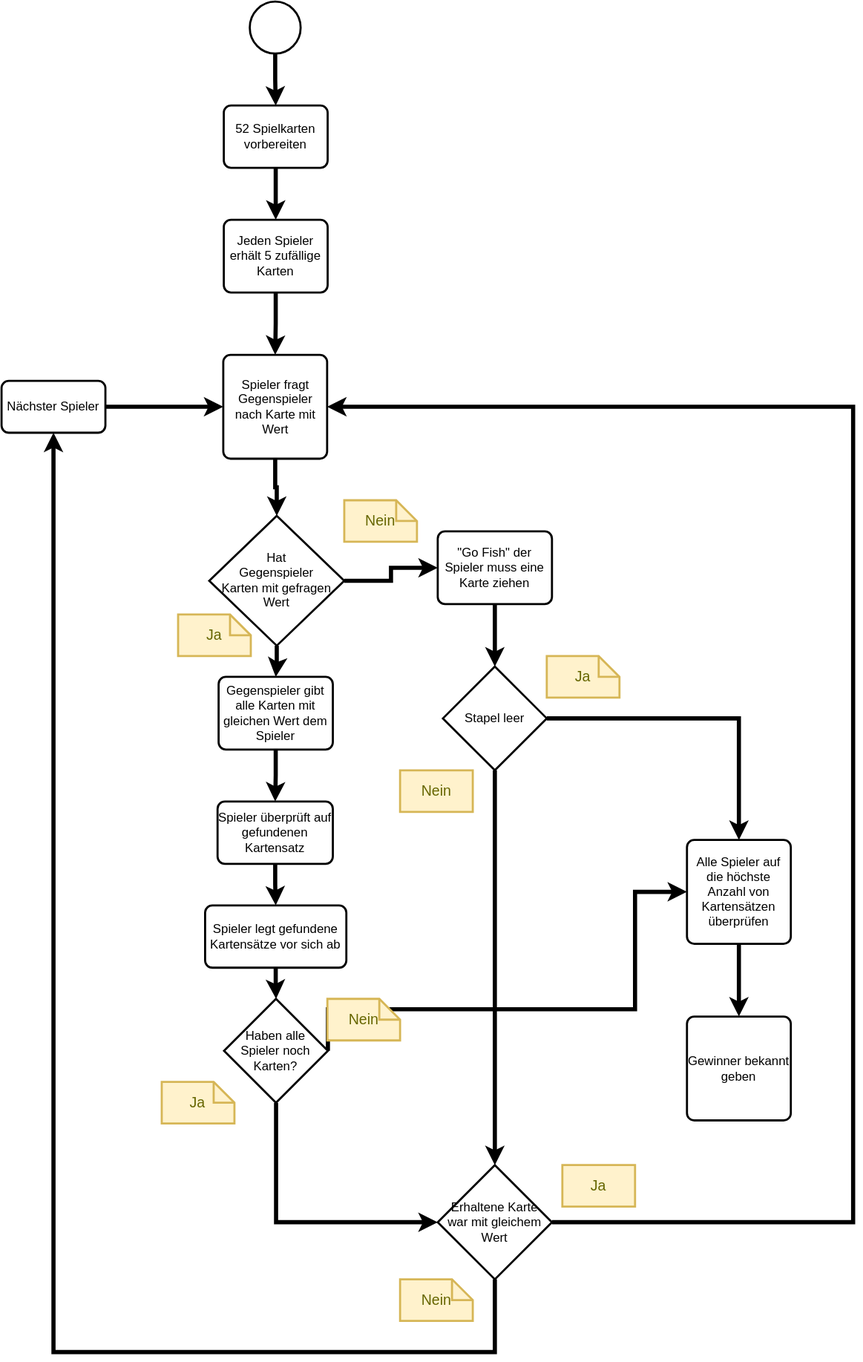
GregorBiswanger/go-fish-core keeps this draw.io diagram as documentation/spielablauf.drawio.svg. Above is the earlier version. Source tidied: cells renumbered, new cells last; positions are measured from the earlier drawing's top-left corner, leaving out a move shared by most shapes. Source of this version:
```xml
<mxGraphModel>
  <root>
    <mxCell id="0" />
    <mxCell id="1" parent="0" />
    <mxCell id="2" style="edgeStyle=orthogonalEdgeStyle;rounded=0;jettySize=auto;html=1;strokeWidth=4;" parent="1" edge="1" source="3" target="5">
      <mxGeometry relative="1" as="geometry" />
    </mxCell>
    <mxCell id="3" style="strokeWidth=2;html=1;shape=mxgraph.flowchart.start_2;whiteSpace=wrap;" parent="1" vertex="1">
      <mxGeometry x="239" width="49" height="50" as="geometry" />
    </mxCell>
    <mxCell id="4" style="edgeStyle=orthogonalEdgeStyle;rounded=0;jettySize=auto;html=1;strokeWidth=4;" parent="1" edge="1" source="5" target="7">
      <mxGeometry relative="1" as="geometry" />
    </mxCell>
    <mxCell id="5" value="52 Spielkarten vorbereiten" style="rounded=1;whiteSpace=wrap;html=1;absoluteArcSize=1;arcSize=14;strokeWidth=2;" parent="1" vertex="1">
      <mxGeometry x="214" y="100" width="100" height="60" as="geometry" />
    </mxCell>
    <mxCell id="6" style="edgeStyle=orthogonalEdgeStyle;rounded=0;jettySize=auto;html=1;strokeWidth=4;" parent="1" edge="1" source="7" target="9">
      <mxGeometry relative="1" as="geometry" />
    </mxCell>
    <mxCell id="7" value="Jeden Spieler erhält 5 zufällige Karten" style="rounded=1;whiteSpace=wrap;html=1;absoluteArcSize=1;arcSize=14;strokeWidth=2;" parent="1" vertex="1">
      <mxGeometry x="214" y="210" width="100" height="70" as="geometry" />
    </mxCell>
    <mxCell id="8" style="edgeStyle=orthogonalEdgeStyle;rounded=0;jettySize=auto;html=1;strokeWidth=4;" parent="1" edge="1" source="9" target="12">
      <mxGeometry relative="1" as="geometry" />
    </mxCell>
    <mxCell id="9" value="Spieler fragt Gegenspieler nach Karte mit Wert" style="rounded=1;whiteSpace=wrap;html=1;absoluteArcSize=1;arcSize=14;strokeWidth=2;" parent="1" vertex="1">
      <mxGeometry x="213.5" y="340" width="100" height="100" as="geometry" />
    </mxCell>
    <mxCell id="10" style="edgeStyle=orthogonalEdgeStyle;rounded=0;jettySize=auto;html=1;strokeWidth=4;" parent="1" edge="1" source="12" target="14">
      <mxGeometry relative="1" as="geometry" />
    </mxCell>
    <mxCell id="11" style="edgeStyle=orthogonalEdgeStyle;rounded=0;jettySize=auto;html=1;strokeWidth=4;" parent="1" edge="1" source="12" target="20">
      <mxGeometry relative="1" as="geometry" />
    </mxCell>
    <mxCell id="12" value="Hat&lt;br&gt;Gegenspieler&lt;br&gt;Karten mit gefragen Wert&lt;br&gt;" style="strokeWidth=2;html=1;shape=mxgraph.flowchart.decision;whiteSpace=wrap;" parent="1" vertex="1">
      <mxGeometry x="200" y="495" width="130" height="125" as="geometry" />
    </mxCell>
    <mxCell id="13" style="edgeStyle=orthogonalEdgeStyle;rounded=0;jettySize=auto;html=1;strokeWidth=4;" parent="1" edge="1" source="14" target="16">
      <mxGeometry relative="1" as="geometry" />
    </mxCell>
    <mxCell id="14" value="Gegenspieler gibt alle Karten mit gleichen Wert dem Spieler" style="rounded=1;whiteSpace=wrap;html=1;absoluteArcSize=1;arcSize=14;strokeWidth=2;" parent="1" vertex="1">
      <mxGeometry x="209" y="650" width="110" height="70" as="geometry" />
    </mxCell>
    <mxCell id="15" style="edgeStyle=orthogonalEdgeStyle;rounded=0;jettySize=auto;html=1;strokeWidth=4;" parent="1" edge="1" source="16" target="42">
      <mxGeometry relative="1" as="geometry" />
    </mxCell>
    <mxCell id="16" value="Spieler überprüft auf gefundenen Kartensatz" style="rounded=1;whiteSpace=wrap;html=1;absoluteArcSize=1;arcSize=14;strokeWidth=2;" parent="1" vertex="1">
      <mxGeometry x="208" y="770" width="111" height="60" as="geometry" />
    </mxCell>
    <mxCell id="17" value="Nein" style="shape=note;strokeWidth=2;fontSize=14;size=20;whiteSpace=wrap;html=1;fillColor=#fff2cc;strokeColor=#d6b656;fontColor=#666600;" parent="1" vertex="1">
      <mxGeometry x="330" y="480" width="70" height="40" as="geometry" />
    </mxCell>
    <mxCell id="18" value="Ja" style="shape=note;strokeWidth=2;fontSize=14;size=20;whiteSpace=wrap;html=1;fillColor=#fff2cc;strokeColor=#d6b656;fontColor=#666600;" parent="1" vertex="1">
      <mxGeometry x="170" y="590" width="70" height="40" as="geometry" />
    </mxCell>
    <mxCell id="19" style="edgeStyle=orthogonalEdgeStyle;rounded=0;jettySize=auto;html=1;strokeWidth=4;" parent="1" edge="1" source="20" target="23">
      <mxGeometry relative="1" as="geometry" />
    </mxCell>
    <mxCell id="20" value="&quot;Go Fish&quot; der Spieler muss eine Karte ziehen" style="rounded=1;whiteSpace=wrap;html=1;absoluteArcSize=1;arcSize=14;strokeWidth=2;" parent="1" vertex="1">
      <mxGeometry x="420" y="510" width="110" height="70" as="geometry" />
    </mxCell>
    <mxCell id="21" style="edgeStyle=orthogonalEdgeStyle;rounded=0;jettySize=auto;html=1;strokeWidth=4;" parent="1" edge="1" source="23" target="25">
      <mxGeometry relative="1" as="geometry" />
    </mxCell>
    <mxCell id="22" style="edgeStyle=orthogonalEdgeStyle;rounded=0;jettySize=auto;html=1;entryX=0.5;entryY=0;entryDx=0;entryDy=0;entryPerimeter=0;strokeWidth=4;" parent="1" edge="1" source="23" target="38">
      <mxGeometry relative="1" as="geometry">
        <Array as="points">
          <mxPoint x="475" y="1090" />
        </Array>
      </mxGeometry>
    </mxCell>
    <mxCell id="23" value="Stapel leer" style="strokeWidth=2;html=1;shape=mxgraph.flowchart.decision;whiteSpace=wrap;" parent="1" vertex="1">
      <mxGeometry x="425" y="640" width="100" height="100" as="geometry" />
    </mxCell>
    <mxCell id="24" style="edgeStyle=orthogonalEdgeStyle;rounded=0;jettySize=auto;html=1;strokeWidth=4;" parent="1" edge="1" source="25" target="26">
      <mxGeometry relative="1" as="geometry" />
    </mxCell>
    <mxCell id="25" value="Alle Spieler auf die höchste Anzahl von Kartensätzen überprüfen" style="rounded=1;whiteSpace=wrap;html=1;absoluteArcSize=1;arcSize=14;strokeWidth=2;" parent="1" vertex="1">
      <mxGeometry x="660" y="807" width="100" height="100" as="geometry" />
    </mxCell>
    <mxCell id="26" value="Gewinner bekannt geben" style="rounded=1;whiteSpace=wrap;html=1;absoluteArcSize=1;arcSize=14;strokeWidth=2;" parent="1" vertex="1">
      <mxGeometry x="660" y="977" width="100" height="100" as="geometry" />
    </mxCell>
    <mxCell id="27" value="Ja" style="shape=note;strokeWidth=2;fontSize=14;size=20;whiteSpace=wrap;html=1;fillColor=#fff2cc;strokeColor=#d6b656;fontColor=#666600;" parent="1" vertex="1">
      <mxGeometry x="525" y="630" width="70" height="40" as="geometry" />
    </mxCell>
    <mxCell id="28" style="edgeStyle=orthogonalEdgeStyle;rounded=0;jettySize=auto;html=1;strokeWidth=4;" parent="1" edge="1" source="29" target="9">
      <mxGeometry relative="1" as="geometry" />
    </mxCell>
    <mxCell id="29" value="Nächster Spieler" style="rounded=1;whiteSpace=wrap;html=1;absoluteArcSize=1;arcSize=14;strokeWidth=2;" parent="1" vertex="1">
      <mxGeometry y="365" width="100" height="50" as="geometry" />
    </mxCell>
    <mxCell id="30" style="edgeStyle=orthogonalEdgeStyle;rounded=0;jettySize=auto;html=1;strokeWidth=4;exitX=1;exitY=0.5;exitDx=0;exitDy=0;exitPerimeter=0;" parent="1" edge="1" source="32" target="25">
      <mxGeometry relative="1" as="geometry">
        <Array as="points">
          <mxPoint x="314" y="970" />
          <mxPoint x="610" y="970" />
          <mxPoint x="610" y="857" />
        </Array>
      </mxGeometry>
    </mxCell>
    <mxCell id="31" style="edgeStyle=orthogonalEdgeStyle;rounded=0;jettySize=auto;html=1;strokeWidth=4;entryX=0;entryY=0.5;entryDx=0;entryDy=0;entryPerimeter=0;" parent="1" edge="1" source="32" target="38">
      <mxGeometry relative="1" as="geometry">
        <Array as="points">
          <mxPoint x="264" y="1175" />
        </Array>
      </mxGeometry>
    </mxCell>
    <mxCell id="32" value="Haben alle Spieler noch Karten?" style="strokeWidth=2;html=1;shape=mxgraph.flowchart.decision;whiteSpace=wrap;" parent="1" vertex="1">
      <mxGeometry x="214.2" y="960" width="100" height="100" as="geometry" />
    </mxCell>
    <mxCell id="33" value="Nein" style="shape=note;strokeWidth=2;fontSize=14;size=20;whiteSpace=wrap;html=1;fillColor=#fff2cc;strokeColor=#d6b656;fontColor=#666600;" parent="1" vertex="1">
      <mxGeometry x="383.8" y="1230" width="70" height="40" as="geometry" />
    </mxCell>
    <mxCell id="34" value="Nein" style="shape=note;strokeWidth=2;fontSize=14;size=20;whiteSpace=wrap;html=1;fillColor=#fff2cc;strokeColor=#d6b656;fontColor=#666600;" parent="1" vertex="1">
      <mxGeometry x="313.8" y="960" width="70" height="40" as="geometry" />
    </mxCell>
    <mxCell id="35" value="Nein" style="shape=note;strokeWidth=2;fontSize=14;size=0;whiteSpace=wrap;html=1;fillColor=#fff2cc;strokeColor=#d6b656;fontColor=#666600;" parent="1" vertex="1">
      <mxGeometry x="383.8" y="740" width="70" height="40" as="geometry" />
    </mxCell>
    <mxCell id="36" style="edgeStyle=orthogonalEdgeStyle;rounded=0;jettySize=auto;html=1;entryX=0.5;entryY=1;entryDx=0;entryDy=0;strokeWidth=4;exitX=0.5;exitY=1;exitDx=0;exitDy=0;exitPerimeter=0;" parent="1" edge="1" source="38" target="29">
      <mxGeometry relative="1" as="geometry">
        <Array as="points">
          <mxPoint x="475" y="1300" />
          <mxPoint x="50" y="1300" />
        </Array>
      </mxGeometry>
    </mxCell>
    <mxCell id="37" style="edgeStyle=orthogonalEdgeStyle;rounded=0;jettySize=auto;html=1;strokeWidth=4;entryX=1;entryY=0.5;entryDx=0;entryDy=0;exitX=1;exitY=0.5;exitDx=0;exitDy=0;exitPerimeter=0;" parent="1" edge="1" source="38" target="9">
      <mxGeometry relative="1" as="geometry">
        <Array as="points">
          <mxPoint x="820" y="1175" />
          <mxPoint x="820" y="390" />
        </Array>
      </mxGeometry>
    </mxCell>
    <mxCell id="38" value="Erhaltene Karte&lt;br&gt;war mit gleichem Wert" style="strokeWidth=2;html=1;shape=mxgraph.flowchart.decision;whiteSpace=wrap;" parent="1" vertex="1">
      <mxGeometry x="420" y="1120" width="110" height="110" as="geometry" />
    </mxCell>
    <mxCell id="39" value="Ja" style="shape=note;strokeWidth=2;fontSize=14;size=20;whiteSpace=wrap;html=1;fillColor=#fff2cc;strokeColor=#d6b656;fontColor=#666600;" parent="1" vertex="1">
      <mxGeometry x="154.2" y="1040" width="70" height="40" as="geometry" />
    </mxCell>
    <mxCell id="40" value="Ja" style="shape=note;strokeWidth=2;fontSize=14;size=0;whiteSpace=wrap;html=1;fillColor=#fff2cc;strokeColor=#d6b656;fontColor=#666600;" parent="1" vertex="1">
      <mxGeometry x="540" y="1120" width="70" height="40" as="geometry" />
    </mxCell>
    <mxCell id="41" style="edgeStyle=orthogonalEdgeStyle;rounded=0;jettySize=auto;html=1;strokeWidth=4;" parent="1" edge="1" source="42" target="32">
      <mxGeometry relative="1" as="geometry" />
    </mxCell>
    <mxCell id="42" value="Spieler legt gefundene Kartensätze vor sich ab" style="rounded=1;whiteSpace=wrap;html=1;absoluteArcSize=1;arcSize=14;strokeWidth=2;" parent="1" vertex="1">
      <mxGeometry x="196" y="870" width="136" height="60" as="geometry" />
    </mxCell>
  </root>
</mxGraphModel>
```
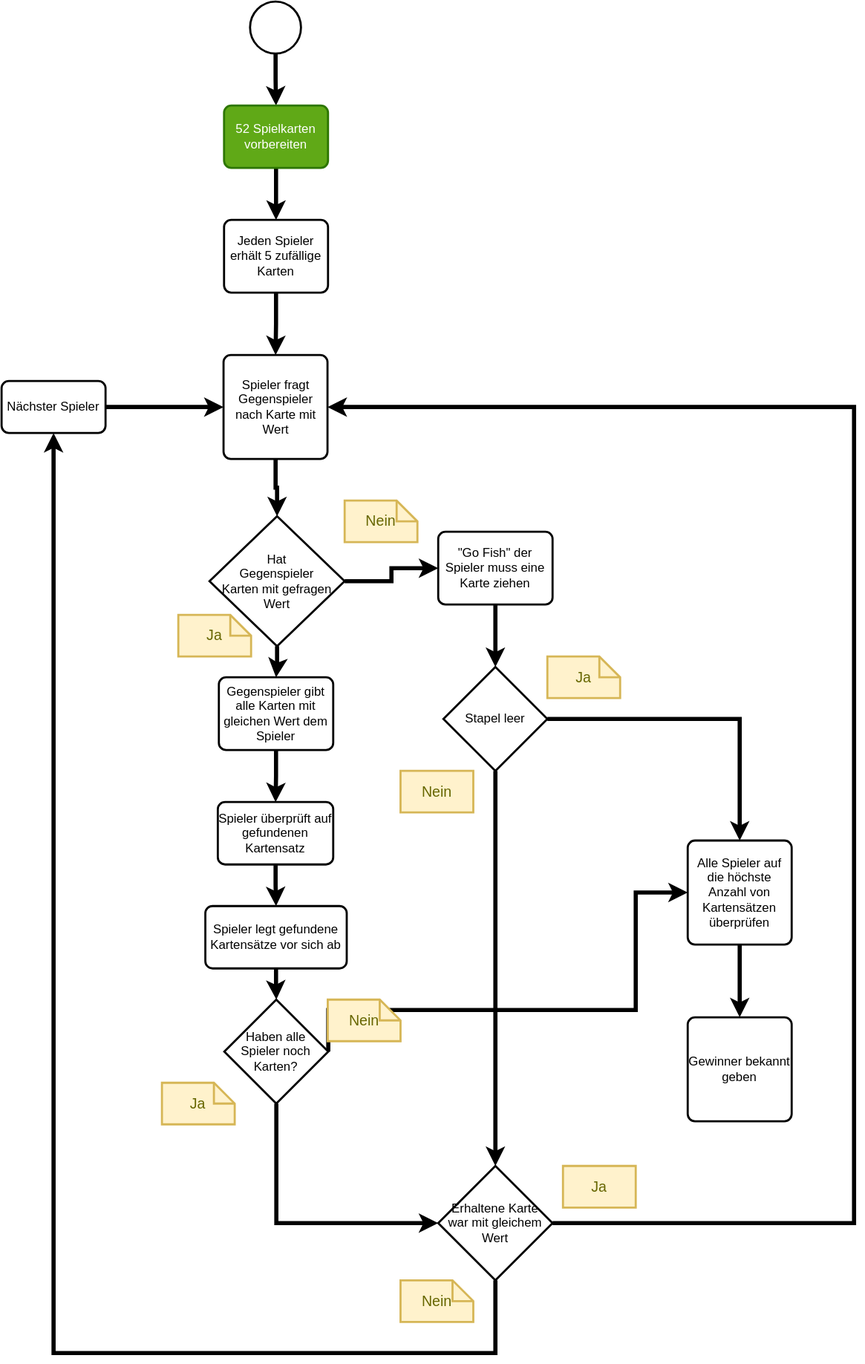
The same file after the commit.

Commit message:
Spiel starten mit 52 Spielkarten und zwei Spielern

The edit, as a diff of the source:
```diff
@@ -11,7 +11,7 @@
     <mxCell id="4" style="edgeStyle=orthogonalEdgeStyle;rounded=0;jettySize=auto;html=1;strokeWidth=4;" parent="1" edge="1" source="5" target="7">
       <mxGeometry relative="1" as="geometry" />
     </mxCell>
-    <mxCell id="5" value="52 Spielkarten vorbereiten" style="rounded=1;whiteSpace=wrap;html=1;absoluteArcSize=1;arcSize=14;strokeWidth=2;" parent="1" vertex="1">
+    <mxCell id="5" value="52 Spielkarten vorbereiten" style="rounded=1;whiteSpace=wrap;html=1;absoluteArcSize=1;arcSize=14;strokeWidth=2;fillColor=#60a917;strokeColor=#2D7600;fontColor=#ffffff;" parent="1" vertex="1">
       <mxGeometry x="214" y="100" width="100" height="60" as="geometry" />
     </mxCell>
     <mxCell id="6" style="edgeStyle=orthogonalEdgeStyle;rounded=0;jettySize=auto;html=1;strokeWidth=4;" parent="1" edge="1" source="7" target="9">
```
